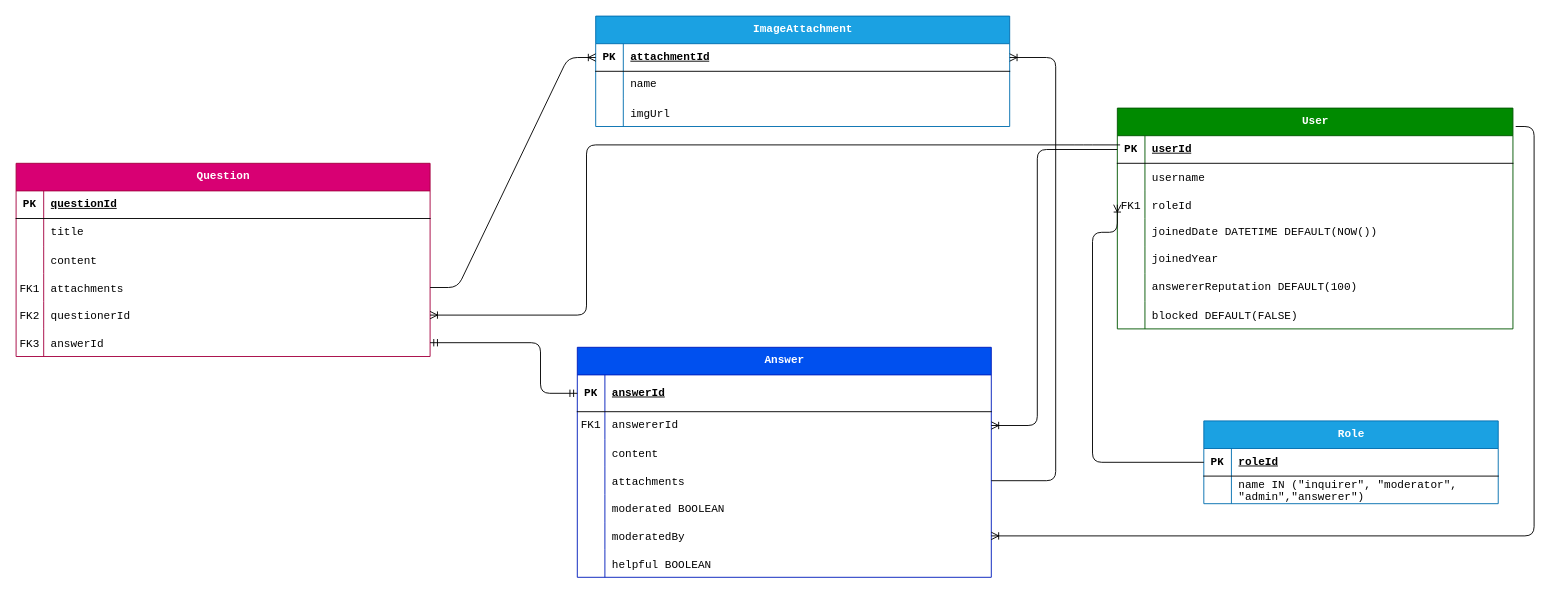
Above: design/DB Design.drawio in timthedev07/KCAMathsHub (draw.io), before the change. Source tidied: cells renumbered, new cells numbered last; positions are measured from the earlier drawing's top-left corner, leaving out a move shared by most shapes. Both pictures are drawn from the tidied source at 92%, with x=0, y=0 at pixel (16, 16).
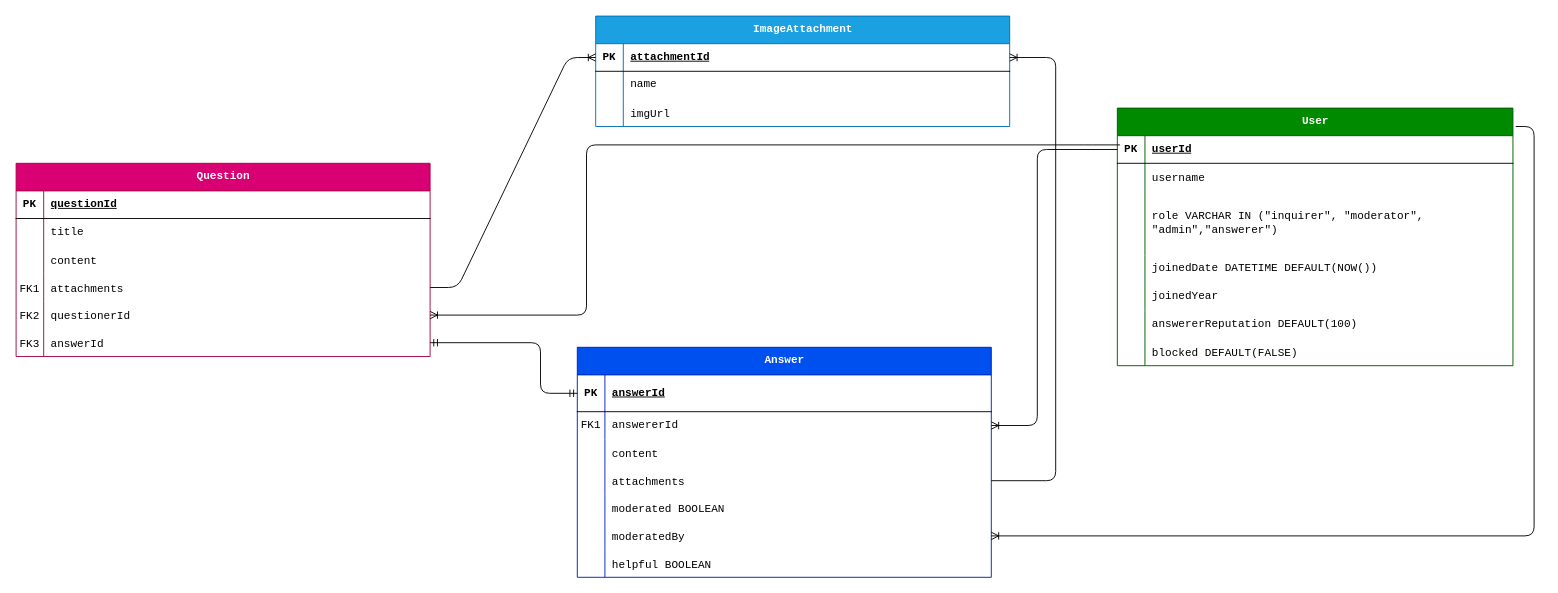
The same diagram, later.

Diff of the diagram source:
```diff
@@
     <mxCell id="2" value="User" style="shape=table;startSize=30;childLayout=tableLayout;rowLines=0;fontStyle=1;align=center;html=1;fillColor=#008a00;fontColor=#ffffff;strokeColor=#005700;fontFamily=Courier New;" parent="1" vertex="1">
-      <mxGeometry x="1197" y="100" width="430" height="240" as="geometry" />
+      <mxGeometry x="1197" y="100" width="430" height="280" as="geometry" />
     </mxCell>
@@
     <mxCell id="9" style="shape=tableRow;horizontal=0;startSize=0;swimlaneHead=0;swimlaneBody=0;fillColor=none;points=[[0,0.5],[1,0.5]];portConstraint=eastwest;top=0;left=0;right=0;bottom=0;fontFamily=Courier New;" parent="2" vertex="1">
-      <mxGeometry y="90" width="430" height="30" as="geometry" />
+      <mxGeometry y="90" width="430" height="70" as="geometry" />
     </mxCell>
-    <mxCell id="10" value="FK1" style="shape=partialRectangle;fillColor=none;top=0;left=0;bottom=0;right=0;overflow=hidden;fontFamily=Courier New;" parent="9" vertex="1">
-      <mxGeometry width="30" height="30" as="geometry" />
+    <mxCell id="10" style="shape=partialRectangle;fillColor=none;top=0;left=0;bottom=0;right=0;overflow=hidden;fontFamily=Courier New;" parent="9" vertex="1">
+      <mxGeometry width="30" height="70" as="geometry" />
     </mxCell>
-    <mxCell id="11" value="roleId" style="shape=partialRectangle;fillColor=none;top=0;left=0;bottom=0;right=0;align=left;spacingLeft=6;overflow=hidden;fontFamily=Courier New;" parent="9" vertex="1">
-      <mxGeometry x="30" width="400" height="30" as="geometry" />
+    <mxCell id="11" value="role VARCHAR IN (&quot;inquirer&quot;, &quot;moderator&quot;, &quot;admin&quot;,&quot;answerer&quot;)" style="shape=partialRectangle;fillColor=none;top=0;left=0;bottom=0;right=0;align=left;spacingLeft=6;overflow=hidden;fontFamily=Courier New;whiteSpace=wrap;" parent="9" vertex="1">
+      <mxGeometry x="30" width="400" height="70" as="geometry" />
     </mxCell>
     <mxCell id="12" style="shape=tableRow;horizontal=0;startSize=0;swimlaneHead=0;swimlaneBody=0;fillColor=none;top=0;left=0;right=0;bottom=0;fontFamily=Courier New;" parent="2" vertex="1">
-      <mxGeometry y="120" width="430" height="30" as="geometry" />
+      <mxGeometry y="160" width="430" height="30" as="geometry" />
     </mxCell>
@@
     <mxCell id="15" style="shape=tableRow;horizontal=0;startSize=0;swimlaneHead=0;swimlaneBody=0;fillColor=none;top=0;left=0;right=0;bottom=0;fontFamily=Courier New;" parent="2" vertex="1">
-      <mxGeometry y="150" width="430" height="30" as="geometry" />
+      <mxGeometry y="190" width="430" height="30" as="geometry" />
     </mxCell>
@@
     <mxCell id="18" style="shape=tableRow;horizontal=0;startSize=0;swimlaneHead=0;swimlaneBody=0;fillColor=none;top=0;left=0;right=0;bottom=0;fontFamily=Courier New;" parent="2" vertex="1">
-      <mxGeometry y="180" width="430" height="30" as="geometry" />
+      <mxGeometry y="220" width="430" height="30" as="geometry" />
     </mxCell>
@@
     <mxCell id="21" style="shape=tableRow;horizontal=0;startSize=0;swimlaneHead=0;swimlaneBody=0;fillColor=none;top=0;left=0;right=0;bottom=0;" parent="2" vertex="1">
-      <mxGeometry y="210" width="430" height="30" as="geometry" />
+      <mxGeometry y="250" width="430" height="30" as="geometry" />
     </mxCell>
@@
-    <mxCell id="24" value="Role" style="shape=table;startSize=30;childLayout=tableLayout;rowLines=0;fontStyle=1;align=center;html=1;fillColor=#1ba1e2;fontColor=#ffffff;strokeColor=#006EAF;fontFamily=Courier New;" parent="1" vertex="1">
-      <mxGeometry x="1291" y="440" width="320" height="90" as="geometry" />
-    </mxCell>
-    <mxCell id="25" style="shape=tableRow;horizontal=0;startSize=0;swimlaneHead=0;swimlaneBody=0;fillColor=none;points=[[0,0.5],[1,0.5]];portConstraint=eastwest;top=0;left=0;right=0;bottom=1;fontFamily=Courier New;" parent="24" vertex="1">
-      <mxGeometry y="30" width="320" height="30" as="geometry" />
-    </mxCell>
-    <mxCell id="26" value="PK" style="shape=partialRectangle;fillColor=none;top=0;left=0;bottom=0;right=0;fontStyle=1;overflow=hidden;whiteSpace=wrap;html=1;fontFamily=Courier New;" parent="25" vertex="1">
-      <mxGeometry width="30" height="30" as="geometry" />
-    </mxCell>
-    <mxCell id="27" value="roleId" style="shape=partialRectangle;fillColor=none;top=0;left=0;bottom=0;right=0;align=left;spacingLeft=6;fontStyle=5;overflow=hidden;whiteSpace=wrap;html=1;fontFamily=Courier New;" parent="25" vertex="1">
-      <mxGeometry x="30" width="290" height="30" as="geometry" />
-    </mxCell>
-    <mxCell id="28" style="shape=tableRow;horizontal=0;startSize=0;swimlaneHead=0;swimlaneBody=0;fillColor=none;top=0;left=0;right=0;bottom=0;fontFamily=Courier New;" parent="24" vertex="1">
-      <mxGeometry y="60" width="320" height="30" as="geometry" />
-    </mxCell>
-    <mxCell id="29" style="shape=partialRectangle;fillColor=none;top=0;left=0;bottom=0;right=0;overflow=hidden;whiteSpace=wrap;html=1;fontFamily=Courier New;" parent="28" vertex="1">
-      <mxGeometry width="30" height="30" as="geometry" />
-    </mxCell>
-    <mxCell id="30" value="name IN (&quot;inquirer&quot;, &quot;moderator&quot;, &quot;admin&quot;,&quot;answerer&quot;)" style="shape=partialRectangle;fillColor=none;top=0;left=0;bottom=0;right=0;align=left;spacingLeft=6;overflow=hidden;html=1;fontFamily=Courier New;whiteSpace=wrap;" parent="28" vertex="1">
-      <mxGeometry x="30" width="290" height="30" as="geometry" />
-    </mxCell>
-    <mxCell id="31" style="edgeStyle=orthogonalEdgeStyle;fontSize=12;html=1;endArrow=ERoneToMany;rounded=1;exitX=0;exitY=0.5;exitDx=0;exitDy=0;entryX=0;entryY=0.5;entryDx=0;entryDy=0;fontFamily=Courier New;" parent="1" edge="1" source="25" target="9">
-      <mxGeometry relative="1" as="geometry">
-        <Array as="points">
-          <mxPoint x="1170" y="485" />
-          <mxPoint x="1170" y="235" />
-        </Array>
-      </mxGeometry>
-    </mxCell>
```
